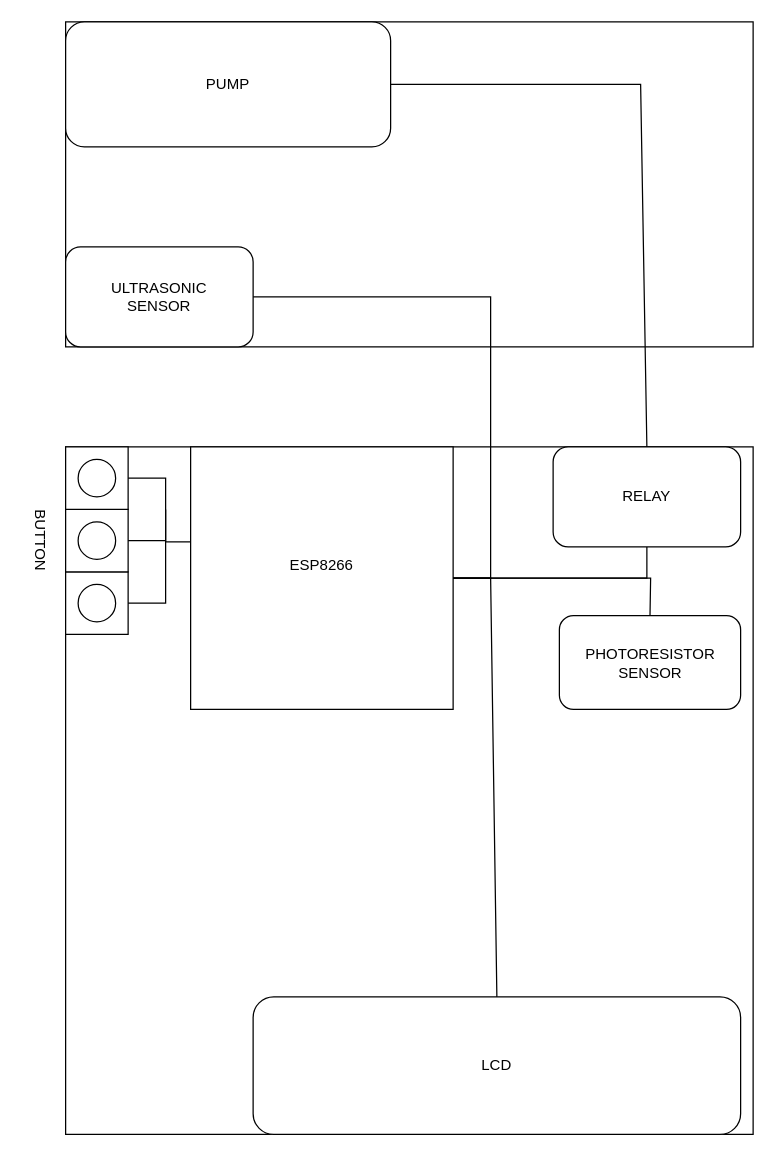
The draw.io diagram Untitled Diagram.drawio in Mannotcold/File_Draw.io, before the edit. Source tidied: cells renumbered, new cells numbered last; positions are measured from the earlier drawing's top-left corner, leaving out a move shared by most shapes. Both pictures are drawn from the tidied source at 125%, with x=0, y=0 at pixel (2, 21).
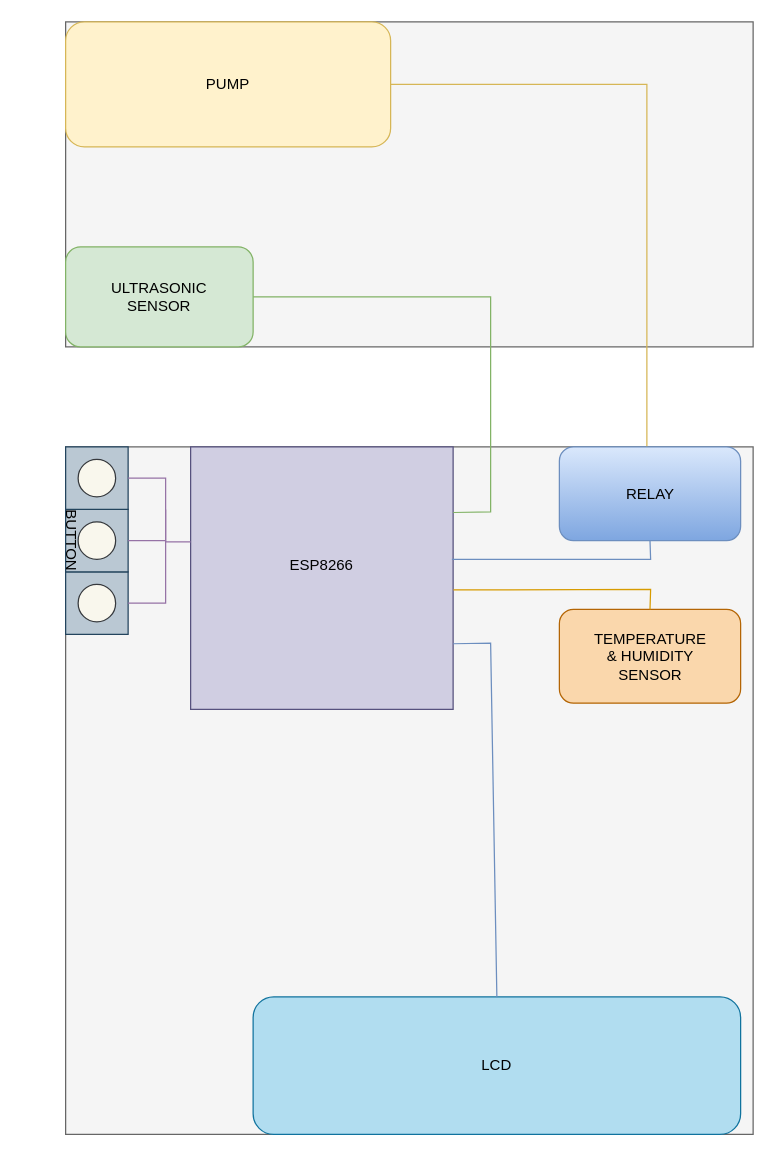
The same page after the edit.

What changed in the source:
```diff
@@
-    <mxCell id="2" style="whiteSpace=wrap;html=1;" parent="1" vertex="1">
+    <mxCell id="2" style="whiteSpace=wrap;html=1;fillColor=#f5f5f5;fontColor=#333333;strokeColor=#666666;" parent="1" vertex="1">
       <mxGeometry x="50" y="340" width="550" height="550" as="geometry" />
     </mxCell>
-    <mxCell id="3" style="rounded=1;whiteSpace=wrap;html=1;" parent="1" vertex="1">
+    <mxCell id="3" style="rounded=1;whiteSpace=wrap;html=1;fillColor=#b1ddf0;strokeColor=#10739e;" parent="1" vertex="1">
       <mxGeometry x="200" y="780" width="390" height="110" as="geometry" />
     </mxCell>
-    <mxCell id="4" style="whiteSpace=wrap;html=1;" parent="1" vertex="1">
+    <mxCell id="4" style="whiteSpace=wrap;html=1;fillColor=#bac8d3;strokeColor=#23445d;" parent="1" vertex="1">
       <mxGeometry x="50" y="440" width="50" height="50" as="geometry" />
     </mxCell>
-    <mxCell id="5" style="ellipse;whiteSpace=wrap;html=1;" parent="1" vertex="1">
+    <mxCell id="5" style="ellipse;whiteSpace=wrap;html=1;fillColor=#f9f7ed;strokeColor=#36393d;" parent="1" vertex="1">
       <mxGeometry x="60" y="450" width="30" height="30" as="geometry" />
     </mxCell>
-    <mxCell id="6" style="whiteSpace=wrap;html=1;" parent="1" vertex="1">
+    <mxCell id="6" style="whiteSpace=wrap;html=1;fillColor=#bac8d3;strokeColor=#23445d;" parent="1" vertex="1">
       <mxGeometry x="50" y="390" width="50" height="50" as="geometry" />
     </mxCell>
-    <mxCell id="7" style="ellipse;whiteSpace=wrap;html=1;" parent="1" vertex="1">
+    <mxCell id="7" style="ellipse;whiteSpace=wrap;html=1;fillColor=#f9f7ed;strokeColor=#36393d;" parent="1" vertex="1">
       <mxGeometry x="60" y="400" width="30" height="30" as="geometry" />
     </mxCell>
-    <mxCell id="8" style="whiteSpace=wrap;html=1;" parent="1" vertex="1">
+    <mxCell id="8" style="whiteSpace=wrap;html=1;fillColor=#bac8d3;strokeColor=#23445d;" parent="1" vertex="1">
       <mxGeometry x="50" y="340" width="50" height="50" as="geometry" />
     </mxCell>
-    <mxCell id="9" style="ellipse;whiteSpace=wrap;html=1;" parent="1" vertex="1">
+    <mxCell id="9" style="ellipse;whiteSpace=wrap;html=1;fillColor=#f9f7ed;strokeColor=#36393d;" parent="1" vertex="1">
       <mxGeometry x="60" y="350" width="30" height="30" as="geometry" />
     </mxCell>
-    <mxCell id="10" style="whiteSpace=wrap;html=1;" parent="1" vertex="1">
+    <mxCell id="10" style="whiteSpace=wrap;html=1;fillColor=#d0cee2;strokeColor=#56517e;" parent="1" vertex="1">
       <mxGeometry x="150" y="340" width="210" height="210" as="geometry" />
     </mxCell>
     <mxCell id="11" value="BUTTON" style="text;html=1;strokeColor=none;fillColor=none;align=center;verticalAlign=middle;whiteSpace=wrap;rounded=0;rotation=90;" parent="1" vertex="1">
-      <mxGeometry y="400" width="60" height="30" as="geometry" />
+      <mxGeometry x="25" y="400" width="60" height="30" as="geometry" />
     </mxCell>
-    <mxCell id="12" style="endArrow=none;html=1;rounded=0;exitX=1;exitY=0.5;exitDx=0;exitDy=0;" parent="1" edge="1" source="6">
+    <mxCell id="12" style="endArrow=none;html=1;rounded=0;exitX=1;exitY=0.5;exitDx=0;exitDy=0;fillColor=#e1d5e7;strokeColor=#9673a6;" parent="1" edge="1" source="6">
       <mxGeometry relative="1" as="geometry">
         <mxPoint x="130" y="415" as="targetPoint" />
       </mxGeometry>
     </mxCell>
-    <mxCell id="13" style="endArrow=none;html=1;rounded=0;exitX=1;exitY=0.5;exitDx=0;exitDy=0;" parent="1" edge="1" source="4">
+    <mxCell id="13" style="endArrow=none;html=1;rounded=0;exitX=1;exitY=0.5;exitDx=0;exitDy=0;fillColor=#e1d5e7;strokeColor=#9673a6;" parent="1" edge="1" source="4">
       <mxGeometry relative="1" as="geometry">
         <mxPoint x="130" y="390" as="targetPoint" />
         <Array as="points">
           <mxPoint x="130" y="465" />
         </Array>
       </mxGeometry>
     </mxCell>
-    <mxCell id="14" style="rounded=1;whiteSpace=wrap;html=1;" parent="1" vertex="1">
-      <mxGeometry x="445" y="475" width="145" height="75" as="geometry" />
+    <mxCell id="14" style="rounded=1;whiteSpace=wrap;html=1;fillColor=#fad7ac;strokeColor=#b46504;" parent="1" vertex="1">
+      <mxGeometry x="445" y="470" width="145" height="75" as="geometry" />
     </mxCell>
-    <mxCell id="15" style="rounded=1;whiteSpace=wrap;html=1;direction=west;" parent="1" vertex="1">
-      <mxGeometry x="440" y="340" width="150" height="80" as="geometry" />
-    </mxCell>
-    <mxCell id="16" style="endArrow=none;html=1;rounded=0;exitX=1;exitY=0.5;exitDx=0;exitDy=0;entryX=0;entryY=0.362;entryDx=0;entryDy=0;entryPerimeter=0;" parent="1" edge="1" source="8" target="10">
+    <mxCell id="16" style="endArrow=none;html=1;rounded=0;exitX=1;exitY=0.5;exitDx=0;exitDy=0;entryX=0;entryY=0.362;entryDx=0;entryDy=0;entryPerimeter=0;fillColor=#e1d5e7;strokeColor=#9673a6;" parent="1" edge="1" source="8" target="10">
       <mxGeometry relative="1" as="geometry">
         <Array as="points">
           <mxPoint x="130" y="365" />
           <mxPoint x="130" y="416" />
         </Array>
       </mxGeometry>
     </mxCell>
-    <mxCell id="17" style="endArrow=none;html=1;rounded=0;entryX=0.5;entryY=0;entryDx=0;entryDy=0;exitX=1;exitY=0.5;exitDx=0;exitDy=0;" parent="1" edge="1" source="10" target="15">
-      <mxGeometry relative="1" as="geometry">
-        <Array as="points">
-          <mxPoint x="515" y="445" />
-        </Array>
-      </mxGeometry>
-    </mxCell>
-    <mxCell id="18" style="endArrow=none;html=1;rounded=0;exitX=1;exitY=0.5;exitDx=0;exitDy=0;entryX=0.5;entryY=0;entryDx=0;entryDy=0;" parent="1" edge="1" source="10" target="14">
-      <mxGeometry relative="1" as="geometry">
-        <Array as="points">
-          <mxPoint x="518" y="445" />
-        </Array>
-      </mxGeometry>
-    </mxCell>
-    <mxCell id="19" style="endArrow=none;html=1;rounded=0;exitX=0.5;exitY=0;exitDx=0;exitDy=0;entryX=1;entryY=0.5;entryDx=0;entryDy=0;" parent="1" edge="1" source="3" target="10">
+    <mxCell id="19" style="endArrow=none;html=1;rounded=0;exitX=0.5;exitY=0;exitDx=0;exitDy=0;entryX=1;entryY=0.75;entryDx=0;entryDy=0;fillColor=#dae8fc;strokeColor=#6c8ebf;" parent="1" edge="1" source="3" target="10">
       <mxGeometry relative="1" as="geometry">
         <Array as="points">
-          <mxPoint x="390" y="445" />
+          <mxPoint x="390" y="497" />
         </Array>
       </mxGeometry>
     </mxCell>
@@
-    <mxCell id="21" value="RELAY" style="text;html=1;strokeColor=none;fillColor=none;align=center;verticalAlign=middle;whiteSpace=wrap;rounded=0;" parent="1" vertex="1">
-      <mxGeometry x="485" y="365" width="60" height="30" as="geometry" />
-    </mxCell>
-    <mxCell id="22" value="PHOTORESISTOR SENSOR" style="text;html=1;strokeColor=none;fillColor=none;align=center;verticalAlign=middle;whiteSpace=wrap;rounded=0;" parent="1" vertex="1">
-      <mxGeometry x="487.5" y="497.5" width="60" height="30" as="geometry" />
+    <mxCell id="22" value="TEMPERATURE &amp;amp; HUMIDITY SENSOR" style="text;html=1;strokeColor=none;fillColor=none;align=center;verticalAlign=middle;whiteSpace=wrap;rounded=0;" parent="1" vertex="1">
+      <mxGeometry x="487.5" y="492.5" width="60" height="30" as="geometry" />
     </mxCell>
@@
-    <mxCell id="24" style="rounded=0;whiteSpace=wrap;html=1;" parent="1" vertex="1">
+    <mxCell id="24" style="rounded=0;whiteSpace=wrap;html=1;fillColor=#f5f5f5;fontColor=#333333;strokeColor=#666666;" parent="1" vertex="1">
       <mxGeometry x="50" width="550" height="260" as="geometry" />
     </mxCell>
-    <mxCell id="25" style="rounded=1;whiteSpace=wrap;html=1;" parent="1" vertex="1">
+    <mxCell id="25" style="rounded=1;whiteSpace=wrap;html=1;fillColor=#fff2cc;strokeColor=#d6b656;" parent="1" vertex="1">
       <mxGeometry x="50" width="260" height="100" as="geometry" />
     </mxCell>
@@
-    <mxCell id="27" style="rounded=1;whiteSpace=wrap;html=1;" parent="1" vertex="1">
+    <mxCell id="27" style="rounded=1;whiteSpace=wrap;html=1;fillColor=#d5e8d4;strokeColor=#82b366;" parent="1" vertex="1">
       <mxGeometry x="50" y="180" width="150" height="80" as="geometry" />
     </mxCell>
@@
-    <mxCell id="29" style="endArrow=none;html=1;rounded=0;exitX=1;exitY=0.5;exitDx=0;exitDy=0;entryX=0.5;entryY=1;entryDx=0;entryDy=0;" parent="1" edge="1" source="25" target="15">
+    <mxCell id="29" style="endArrow=none;html=1;rounded=0;exitX=1;exitY=0.5;exitDx=0;exitDy=0;entryX=0.5;entryY=1;entryDx=0;entryDy=0;fillColor=#fff2cc;gradientColor=#ffd966;strokeColor=#d6b656;" parent="1" edge="1" source="25">
       <mxGeometry relative="1" as="geometry">
+        <mxPoint x="515" y="340" as="targetPoint" />
         <Array as="points">
-          <mxPoint x="510" y="50" />
+          <mxPoint x="515" y="50" />
         </Array>
       </mxGeometry>
     </mxCell>
-    <mxCell id="30" style="endArrow=none;html=1;rounded=0;exitX=1;exitY=0.5;exitDx=0;exitDy=0;entryX=1;entryY=0.5;entryDx=0;entryDy=0;" parent="1" edge="1" source="27" target="10">
+    <mxCell id="30" style="endArrow=none;html=1;rounded=0;exitX=1;exitY=0.5;exitDx=0;exitDy=0;fillColor=#d5e8d4;gradientColor=#97d077;strokeColor=#82b366;entryX=1;entryY=0.25;entryDx=0;entryDy=0;" parent="1" edge="1" source="27" target="10">
       <mxGeometry relative="1" as="geometry">
         <Array as="points">
           <mxPoint x="390" y="220" />
-          <mxPoint x="390" y="445" />
+          <mxPoint x="390" y="392" />
         </Array>
       </mxGeometry>
     </mxCell>
+    <mxCell id="31" style="rounded=1;whiteSpace=wrap;html=1;fillColor=#dae8fc;strokeColor=#6c8ebf;gradientColor=#7ea6e0;" parent="1" vertex="1">
+      <mxGeometry x="445" y="340" width="145" height="75" as="geometry" />
+    </mxCell>
+    <mxCell id="21" value="RELAY" style="text;html=1;strokeColor=none;fillColor=none;align=center;verticalAlign=middle;whiteSpace=wrap;rounded=0;" parent="1" vertex="1">
+      <mxGeometry x="487.5" y="362.5" width="60" height="30" as="geometry" />
+    </mxCell>
+    <mxCell id="32" style="endArrow=none;html=1;rounded=0;entryX=1.001;entryY=0.545;entryDx=0;entryDy=0;exitX=0.5;exitY=0;exitDx=0;exitDy=0;fillColor=#ffcd28;gradientColor=#ffa500;strokeColor=#d79b00;entryPerimeter=0;" parent="1" edge="1" source="14" target="10">
+      <mxGeometry relative="1" as="geometry">
+        <Array as="points">
+          <mxPoint x="518" y="454" />
+        </Array>
+      </mxGeometry>
+    </mxCell>
+    <mxCell id="33" style="endArrow=none;html=1;rounded=0;exitX=0.5;exitY=1;exitDx=0;exitDy=0;fillColor=#dae8fc;gradientColor=#7ea6e0;strokeColor=#6c8ebf;" parent="1" edge="1" source="31">
+      <mxGeometry relative="1" as="geometry">
+        <mxPoint x="359" y="430" as="targetPoint" />
+        <Array as="points">
+          <mxPoint x="518" y="430" />
+        </Array>
+      </mxGeometry>
+    </mxCell>
```
